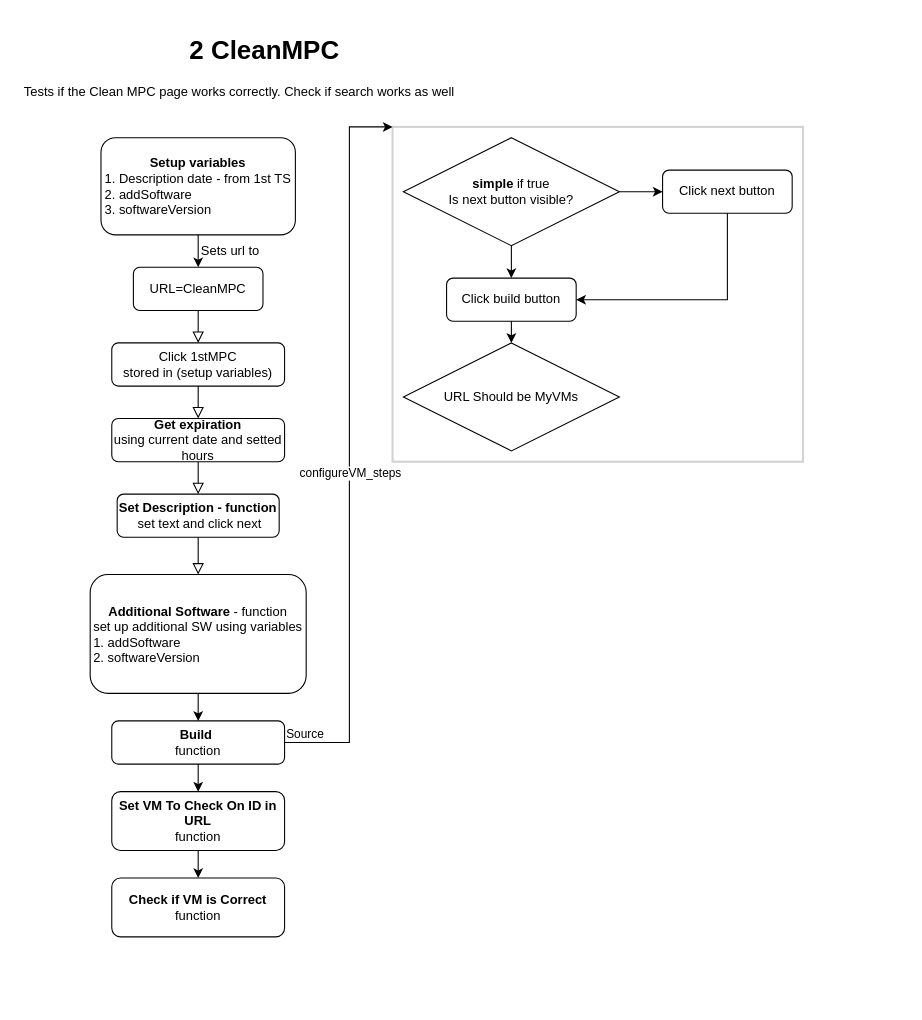
MartinBlazek6/Project keeps this draw.io diagram as page "2 CleanMPC" (2 of 2) of 4_MyVMS.drawio. Above is the earlier version. Source tidied: cells renumbered, new cells numbered last; positions are measured from the earlier drawing's top-left corner, leaving out a move shared by most shapes. Both pictures are drawn from the tidied source at 108%, with x=0, y=0 at pixel (18, 29).
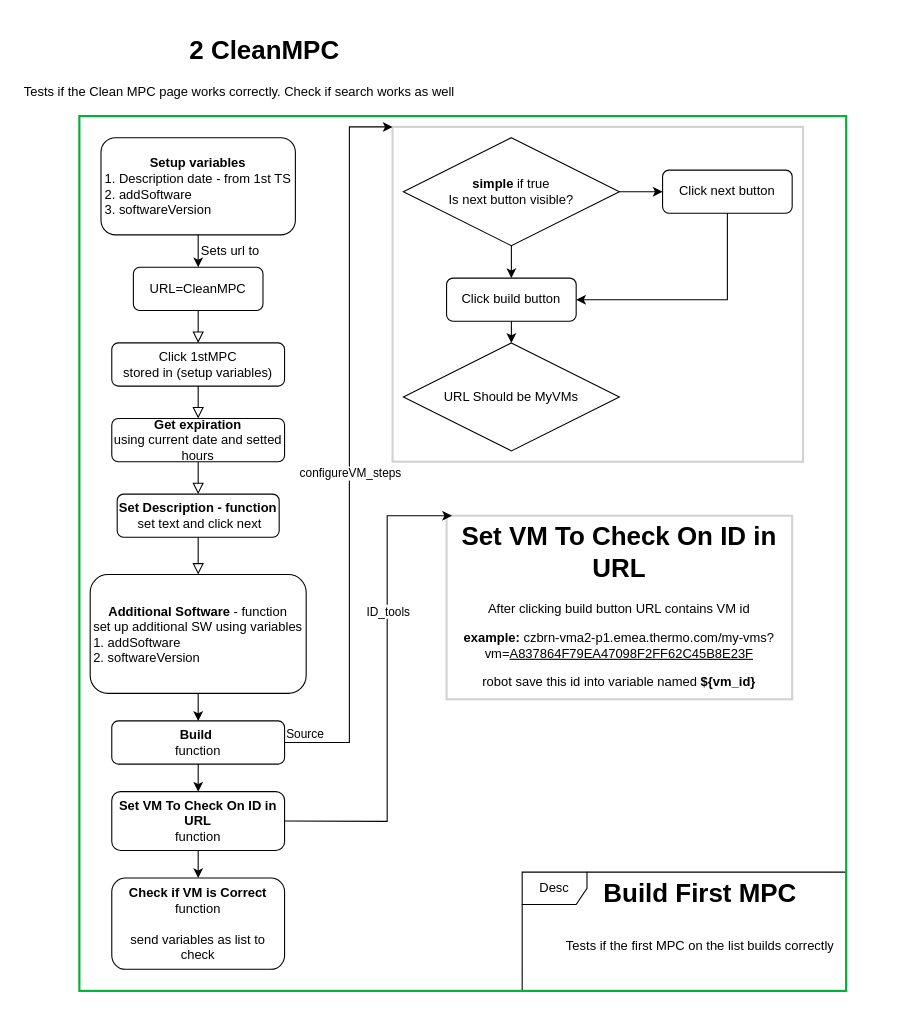
Above is the later version.

Unchanged cells that the change refers to:
```xml
<mxCell id="15" value="&lt;b&gt;Build&amp;nbsp;&lt;/b&gt;&lt;br&gt;function" style="rounded=1;whiteSpace=wrap;html=1;fontSize=12;glass=0;strokeWidth=1;shadow=0;" parent="1" vertex="1">
  <mxGeometry x="86" y="640" width="160" height="40" as="geometry" />
</mxCell>
<mxCell id="29" value="&lt;b&gt;Set VM To Check On ID in URL&lt;/b&gt;&lt;br&gt;function" style="rounded=1;whiteSpace=wrap;html=1;fontSize=12;glass=0;strokeWidth=1;shadow=0;" parent="1" vertex="1">
  <mxGeometry x="86" y="705.5" width="160" height="54.5" as="geometry" />
</mxCell>
```

The edit, as a diff of the source:
```diff
@@
-    <mxCell id="30" style="endArrow=classic;html=1;rounded=0;exitX=0.5;exitY=1;exitDx=0;exitDy=0;" parent="1" edge="1" target="29">
-      <mxGeometry relative="1" as="geometry">
-        <mxPoint x="166" y="680" as="sourcePoint" />
-      </mxGeometry>
-    </mxCell>
-    <mxCell id="31" value="&lt;b&gt;Check if VM is Correct&lt;br&gt;&lt;/b&gt;function" style="rounded=1;whiteSpace=wrap;html=1;fontSize=12;glass=0;strokeWidth=1;shadow=0;" parent="1" vertex="1">
-      <mxGeometry x="86" y="785.5" width="160" height="54.5" as="geometry" />
+    <mxCell id="31" value="&lt;b&gt;Check if VM is Correct&lt;br&gt;&lt;/b&gt;function&lt;br&gt;&lt;br&gt;&lt;div&gt;&lt;span&gt;send variables as list to check&lt;/span&gt;&lt;/div&gt;" style="rounded=1;whiteSpace=wrap;html=1;fontSize=12;glass=0;strokeWidth=1;shadow=0;" parent="1" vertex="1">
+      <mxGeometry x="86" y="785.5" width="160" height="84.5" as="geometry" />
     </mxCell>
-    <mxCell id="32" style="endArrow=classic;html=1;rounded=0;exitX=0.5;exitY=1;exitDx=0;exitDy=0;" parent="1" edge="1" target="31">
-      <mxGeometry relative="1" as="geometry">
-        <mxPoint x="166" y="760" as="sourcePoint" />
-      </mxGeometry>
-    </mxCell>
+    <mxCell id="33" value="&lt;h1&gt;Set VM To Check On ID in URL&lt;/h1&gt;&lt;p&gt;After clicking build button URL contains VM id&lt;/p&gt;&lt;p&gt;&lt;b&gt;example:&lt;/b&gt;&amp;nbsp;czbrn-vma2-p1.emea.thermo.com/my-vms?vm=&lt;u&gt;A837864F79EA47098F2FF62C45B8E23F&lt;/u&gt;&lt;/p&gt;&lt;p&gt;robot save this id into variable named &lt;b&gt;${vm_id}&lt;/b&gt;&lt;/p&gt;" style="text;html=1;strokeColor=none;fillColor=none;spacing=5;spacingTop=-20;whiteSpace=wrap;overflow=hidden;rounded=0;align=center;" parent="1" vertex="1">
+      <mxGeometry x="386" y="450" width="340" height="170" as="geometry" />
+    </mxCell>
+    <mxCell id="34" style="rounded=0;whiteSpace=wrap;html=1;fillColor=none;strokeColor=#d3d3d3;strokeWidth=2;align=center;" parent="1" vertex="1">
+      <mxGeometry x="396" y="450" width="320" height="170" as="geometry" />
+    </mxCell>
+    <mxCell id="35" style="endArrow=classic;html=1;rounded=0;exitX=1;exitY=0.5;exitDx=0;exitDy=0;entryX=0;entryY=0;entryDx=0;entryDy=0;" parent="1" edge="1" source="29">
+      <mxGeometry relative="1" as="geometry">
+        <mxPoint x="401" y="450" as="targetPoint" />
+        <Array as="points">
+          <mxPoint x="341" y="733" />
+          <mxPoint x="341" y="450" />
+        </Array>
+      </mxGeometry>
+    </mxCell>
+    <mxCell id="36" value="ID_tools" style="edgeLabel;html=1;align=center;verticalAlign=middle;" parent="35" vertex="1">
+      <mxGeometry relative="1" as="geometry">
+        <mxPoint y="-71" as="offset" />
+      </mxGeometry>
+    </mxCell>
+    <mxCell id="37" style="endArrow=classic;html=1;rounded=0;exitX=0.5;exitY=1;exitDx=0;exitDy=0;entryX=0.5;entryY=0;entryDx=0;entryDy=0;" parent="1" edge="1" source="29" target="31">
+      <mxGeometry relative="1" as="geometry" />
+    </mxCell>
+    <mxCell id="38" style="endArrow=classic;html=1;rounded=0;exitX=0.5;exitY=1;exitDx=0;exitDy=0;" parent="1" edge="1" source="15" target="29">
+      <mxGeometry relative="1" as="geometry" />
+    </mxCell>
+    <mxCell id="39" value="Desc" style="shape=umlFrame;whiteSpace=wrap;html=1;align=center;" parent="1" vertex="1">
+      <mxGeometry x="466" y="780" width="300" height="110" as="geometry" />
+    </mxCell>
+    <mxCell id="40" value="&lt;h1&gt;&lt;span&gt;&lt;span&gt; &lt;/span&gt;Build First MPC&lt;/span&gt;&lt;/h1&gt;&lt;h1&gt;&lt;span style=&quot;font-size: 12px ; font-weight: 400&quot;&gt;Tests if the first MPC on the list builds correctly&lt;/span&gt;&lt;br&gt;&lt;/h1&gt;" style="text;html=1;strokeColor=none;fillColor=none;spacing=5;spacingTop=-20;whiteSpace=wrap;overflow=hidden;rounded=0;align=center;" parent="1" vertex="1">
+      <mxGeometry x="486" y="780" width="290" height="120" as="geometry" />
+    </mxCell>
+    <mxCell id="41" style="rounded=0;whiteSpace=wrap;html=1;fillColor=none;strokeColor=#00B336;strokeWidth=2;align=center;" parent="1" vertex="1">
+      <mxGeometry x="56" y="80" width="710" height="810" as="geometry" />
+    </mxCell>
```
